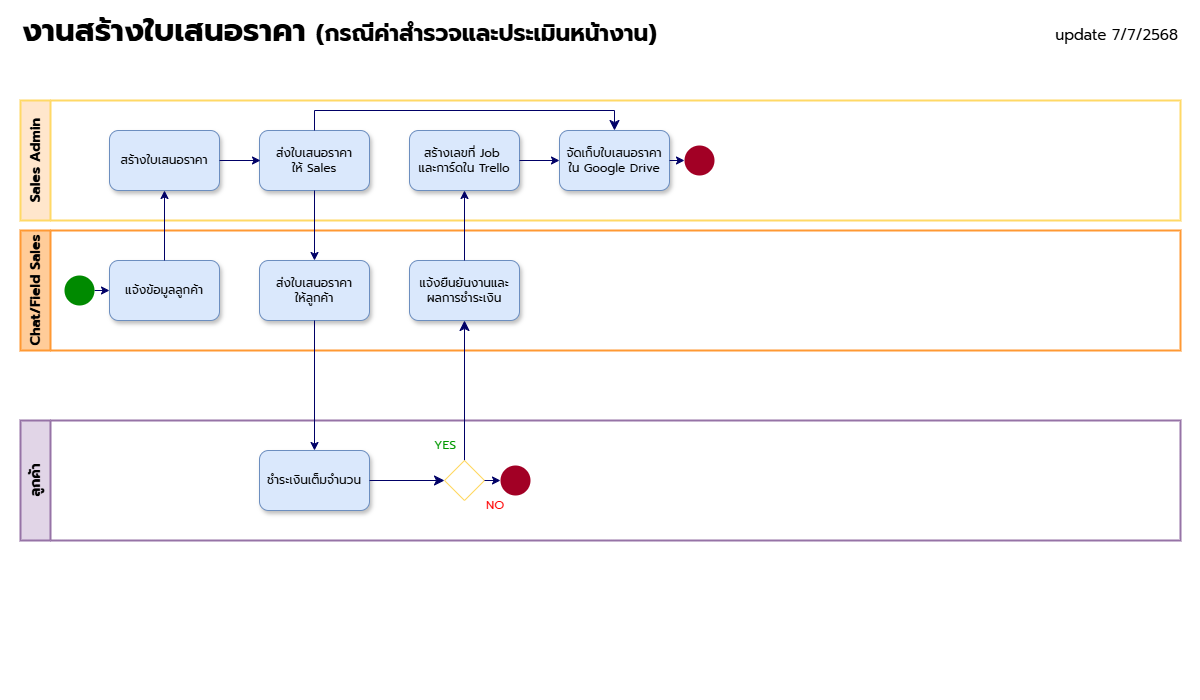
Before: m6-1.png, a diagram exported from draw.io (D-Excel/work-process). Source tidied: cells renumbered, new cells last; positions are measured from the earlier drawing's top-left corner, leaving out a move shared by most shapes.
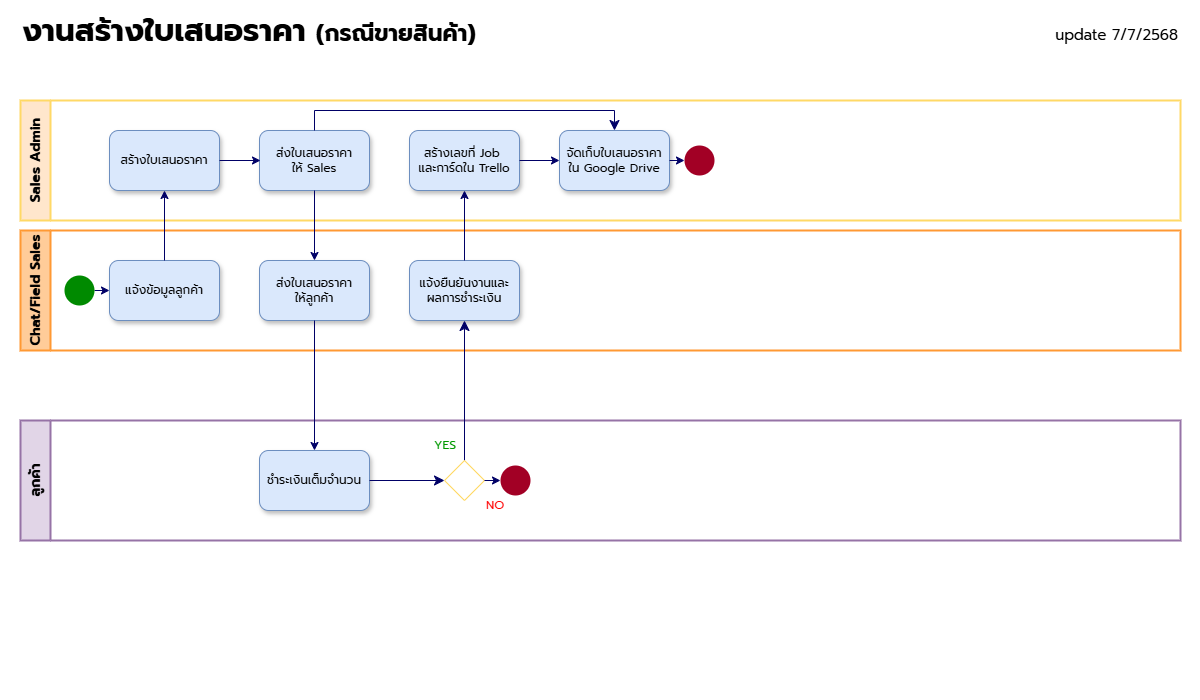
After the commit.

Diff of the diagram source:
```diff
@@ -2,7 +2,7 @@
   <root>
     <mxCell id="0" />
     <mxCell id="1" parent="0" />
-    <mxCell id="2" value="งานสร้างใบเสนอราคา &lt;font style=&quot;font-size: 23px;&quot;&gt;(กรณีค่าสำรวจและประเมินหน้างาน)&lt;/font&gt;" style="text;html=1;align=left;verticalAlign=middle;whiteSpace=wrap;rounded=0;fontFamily=prompt;fontSource=https%3A%2F%2Ffonts.googleapis.com%2Fcss%3Ffamily%3Dprompt;fontSize=31;fontStyle=1;" parent="1" vertex="1">
+    <mxCell id="2" value="งานสร้างใบเสนอราคา &lt;font style=&quot;font-size: 23px;&quot;&gt;(กรณีขายสินค้า)&lt;/font&gt;" style="text;html=1;align=left;verticalAlign=middle;whiteSpace=wrap;rounded=0;fontFamily=prompt;fontSource=https%3A%2F%2Ffonts.googleapis.com%2Fcss%3Ffamily%3Dprompt;fontSize=31;fontStyle=1;" parent="1" vertex="1">
       <mxGeometry width="980" height="40" as="geometry" />
     </mxCell>
     <mxCell id="3" value="&lt;font face=&quot;prompt&quot;&gt;Sales Admin&lt;/font&gt;" style="swimlane;horizontal=0;whiteSpace=wrap;html=1;fillColor=#ffe6cc;strokeColor=#FFD966;fontSize=14;startSize=30;strokeWidth=2;" parent="1" vertex="1">
```
